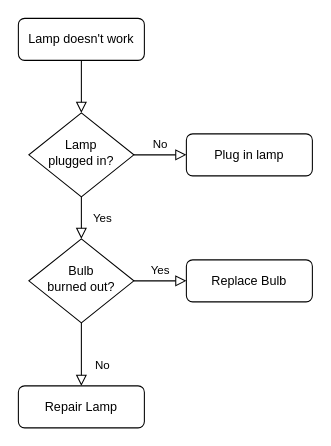
Earlier version of the draw.io diagram Untitled Diagram.drawio (fbrandao2k/Point_Cloud_TLS). Source tidied: cells renumbered, new cells numbered last; positions are measured from the earlier drawing's top-left corner, leaving out a move shared by most shapes. Both pictures are drawn from the tidied source at 105%, with x=0, y=0 at pixel (18, 18).
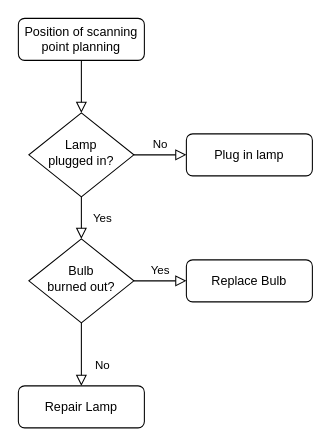
After the change.

The edit, as a diff of the source:
```diff
@@
 <mxGraphModel>
   <root>
     <mxCell id="0" />
     <mxCell id="1" parent="0" />
     <mxCell id="2" style="rounded=0;html=1;jettySize=auto;fontSize=11;endArrow=block;endFill=0;endSize=8;strokeWidth=1;shadow=0;labelBackgroundColor=none;edgeStyle=orthogonalEdgeStyle;" parent="1" edge="1" source="3" target="6">
       <mxGeometry relative="1" as="geometry" />
     </mxCell>
-    <mxCell id="3" value="Lamp doesn't work" style="rounded=1;whiteSpace=wrap;html=1;fontSize=12;glass=0;strokeWidth=1;shadow=0;" parent="1" vertex="1">
+    <mxCell id="3" value="Position of scanning point planning" style="rounded=1;whiteSpace=wrap;html=1;fontSize=12;glass=0;strokeWidth=1;shadow=0;" parent="1" vertex="1">
       <mxGeometry width="120" height="40" as="geometry" />
     </mxCell>
     <mxCell id="4" value="Yes" style="rounded=0;html=1;jettySize=auto;fontSize=11;endArrow=block;endFill=0;endSize=8;strokeWidth=1;shadow=0;labelBackgroundColor=none;edgeStyle=orthogonalEdgeStyle;" parent="1" edge="1" source="6" target="10">
       <mxGeometry y="20" relative="1" as="geometry" />
     </mxCell>
     <mxCell id="5" value="No" style="edgeStyle=orthogonalEdgeStyle;rounded=0;html=1;jettySize=auto;fontSize=11;endArrow=block;endFill=0;endSize=8;strokeWidth=1;shadow=0;labelBackgroundColor=none;" parent="1" edge="1" source="6" target="7">
       <mxGeometry y="10" relative="1" as="geometry" />
     </mxCell>
     <mxCell id="6" value="Lamp&lt;br&gt;plugged in?" style="rhombus;whiteSpace=wrap;html=1;shadow=0;fontFamily=Helvetica;fontSize=12;align=center;strokeWidth=1;spacing=6;spacingTop=-4;" parent="1" vertex="1">
       <mxGeometry x="10" y="90" width="100" height="80" as="geometry" />
     </mxCell>
     <mxCell id="7" value="Plug in lamp" style="rounded=1;whiteSpace=wrap;html=1;fontSize=12;glass=0;strokeWidth=1;shadow=0;" parent="1" vertex="1">
       <mxGeometry x="160" y="110" width="120" height="40" as="geometry" />
     </mxCell>
     <mxCell id="8" value="No" style="rounded=0;html=1;jettySize=auto;fontSize=11;endArrow=block;endFill=0;endSize=8;strokeWidth=1;shadow=0;labelBackgroundColor=none;edgeStyle=orthogonalEdgeStyle;" parent="1" edge="1" source="10" target="11">
       <mxGeometry x="0.33" y="20" relative="1" as="geometry" />
     </mxCell>
     <mxCell id="9" value="Yes" style="edgeStyle=orthogonalEdgeStyle;rounded=0;html=1;jettySize=auto;fontSize=11;endArrow=block;endFill=0;endSize=8;strokeWidth=1;shadow=0;labelBackgroundColor=none;" parent="1" edge="1" source="10" target="12">
       <mxGeometry y="10" relative="1" as="geometry" />
     </mxCell>
     <mxCell id="10" value="Bulb&lt;br&gt;burned out?" style="rhombus;whiteSpace=wrap;html=1;shadow=0;fontFamily=Helvetica;fontSize=12;align=center;strokeWidth=1;spacing=6;spacingTop=-4;" parent="1" vertex="1">
       <mxGeometry x="10" y="210" width="100" height="80" as="geometry" />
     </mxCell>
     <mxCell id="11" value="Repair Lamp" style="rounded=1;whiteSpace=wrap;html=1;fontSize=12;glass=0;strokeWidth=1;shadow=0;" parent="1" vertex="1">
       <mxGeometry y="350" width="120" height="40" as="geometry" />
     </mxCell>
     <mxCell id="12" value="Replace Bulb" style="rounded=1;whiteSpace=wrap;html=1;fontSize=12;glass=0;strokeWidth=1;shadow=0;" parent="1" vertex="1">
       <mxGeometry x="160" y="230" width="120" height="40" as="geometry" />
     </mxCell>
   </root>
 </mxGraphModel>
```
